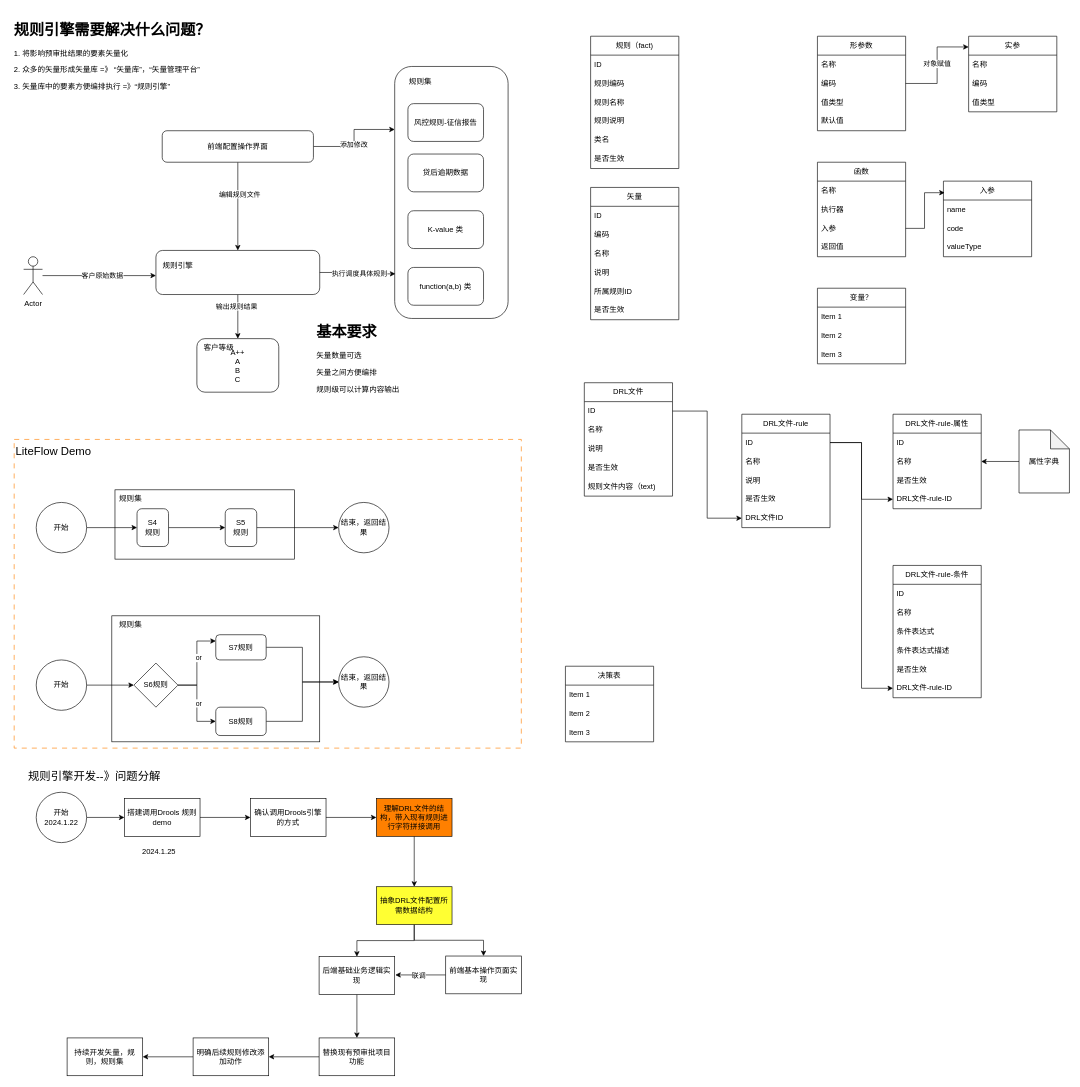
Above: 规则引擎-规则集.drawio in XiongZen/QJReconstitution (draw.io), before the change. Source tidied: cells renumbered, new cells numbered last; positions are measured from the earlier drawing's top-left corner, leaving out a move shared by most shapes. Both pictures are drawn from the tidied source at 63%, with x=0, y=0 at pixel (11, 17).
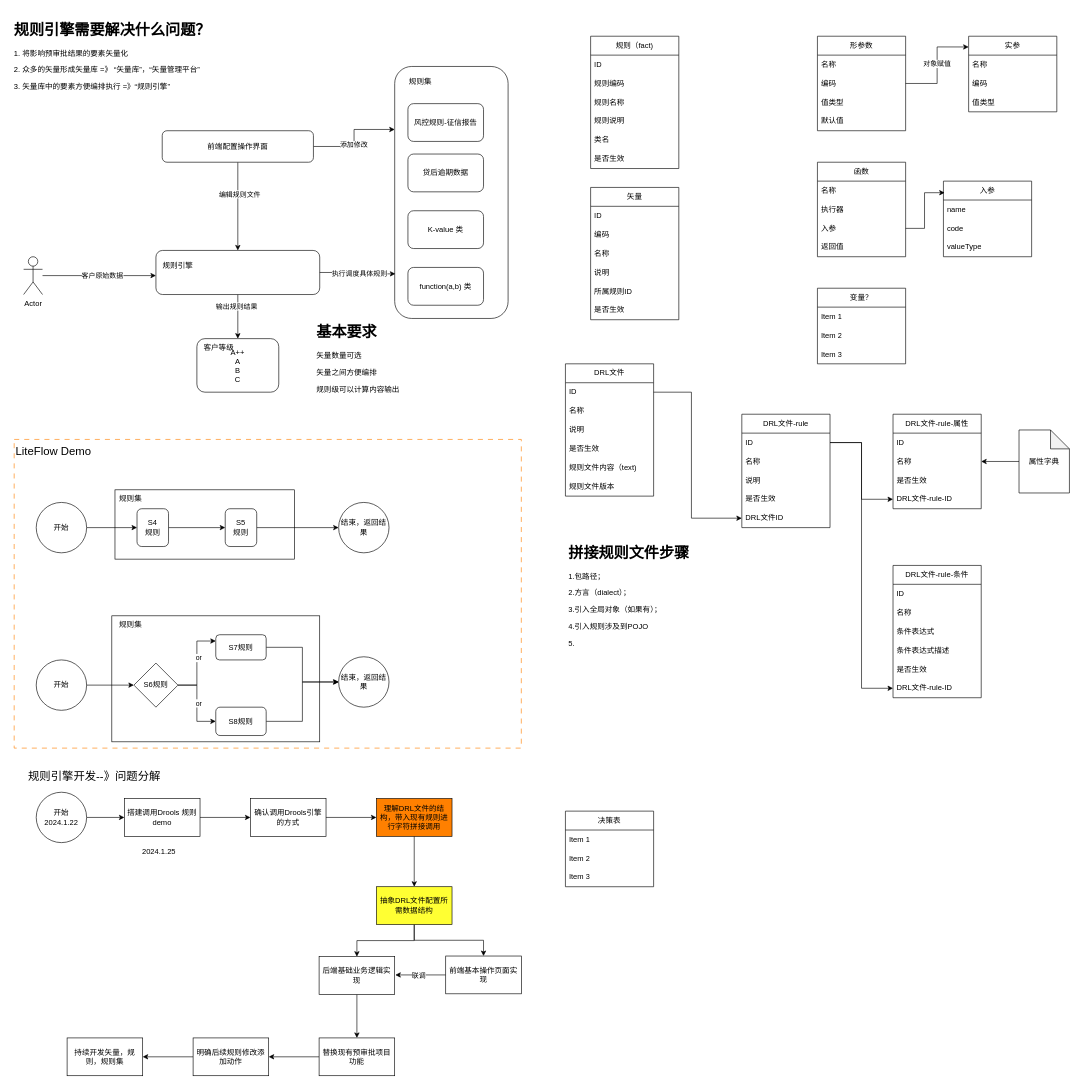
The same diagram, later.

Commit message:
更新规则引擎-规则集.drawio

The change refers to these unchanged cells:
```xml
<mxCell id="112" value="ID" style="text;strokeColor=none;fillColor=none;align=left;verticalAlign=middle;spacingLeft=4;spacingRight=4;overflow=hidden;points=[[0,0.5],[1,0.5]];portConstraint=eastwest;whiteSpace=wrap;html=1;" parent="111" vertex="1">
  <mxGeometry y="30" width="140" height="30" as="geometry" />
</mxCell>
<mxCell id="122" value="DRL文件ID" style="text;strokeColor=none;fillColor=none;align=left;verticalAlign=middle;spacingLeft=4;spacingRight=4;overflow=hidden;points=[[0,0.5],[1,0.5]];portConstraint=eastwest;whiteSpace=wrap;html=1;" parent="117" vertex="1">
  <mxGeometry y="150" width="140" height="30" as="geometry" />
</mxCell>
```

Change to the diagram source:
```diff
@@
     <mxCell id="70" value="决策表" style="swimlane;fontStyle=0;horizontal=1;startSize=30;whiteSpace=wrap;html=1;" parent="1" vertex="1">
-      <mxGeometry x="880" y="1030" width="140" height="120" as="geometry" />
+      <mxGeometry x="880" y="1260" width="140" height="120" as="geometry" />
     </mxCell>
@@
     <mxCell id="111" value="DRL文件" style="swimlane;fontStyle=0;horizontal=1;startSize=30;whiteSpace=wrap;html=1;" parent="1" vertex="1">
-      <mxGeometry x="910" y="580" width="140" height="180" as="geometry" />
+      <mxGeometry x="880" y="550" width="140" height="210" as="geometry" />
     </mxCell>
@@
+    <mxCell id="146" value="规则文件版本" style="text;strokeColor=none;fillColor=none;align=left;verticalAlign=middle;spacingLeft=4;spacingRight=4;overflow=hidden;whiteSpace=wrap;html=1;" parent="111" vertex="1">
+      <mxGeometry y="180" width="140" height="30" as="geometry" />
+    </mxCell>
@@
     <mxCell id="123" style="edgeStyle=orthogonalEdgeStyle;rounded=0;jettySize=auto;html=1;entryX=0;entryY=0.5;entryDx=0;entryDy=0;" parent="1" edge="1" source="112" target="122">
-      <mxGeometry relative="1" as="geometry" />
+      <mxGeometry relative="1" as="geometry">
+        <Array as="points">
+          <mxPoint x="1080" y="595" />
+          <mxPoint x="1080" y="795" />
+        </Array>
+      </mxGeometry>
     </mxCell>
@@
+    <mxCell id="147" value="&lt;h1&gt;拼接规则文件步骤&lt;/h1&gt;&lt;p&gt;1.包路径；&lt;/p&gt;&lt;p&gt;2.方言（dialect）；&lt;/p&gt;&lt;p&gt;3.引入全局对象（如果有）；&lt;/p&gt;&lt;p&gt;4.引入规则涉及到POJO&lt;/p&gt;&lt;p&gt;5.&lt;/p&gt;" style="text;html=1;strokeColor=none;fillColor=none;spacing=5;spacingTop=-20;whiteSpace=wrap;overflow=hidden;rounded=0;" parent="1" vertex="1">
+      <mxGeometry x="880" y="830" width="260" height="180" as="geometry" />
+    </mxCell>
```
